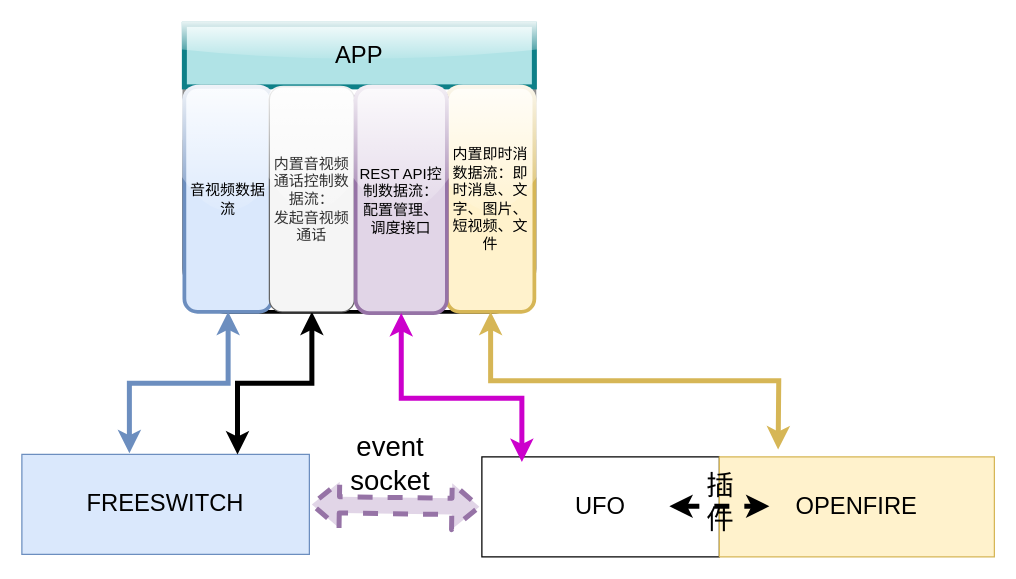
The draw.io diagram RCS功能模块数据流图.drawio in uyuy2043/yy, before the edit. Source tidied: cells renumbered, new cells numbered last; positions are measured from the earlier drawing's top-left corner, leaving out a move shared by most shapes. Both pictures are drawn from the tidied source at 125%, with x=0, y=0 at pixel (21, 24).
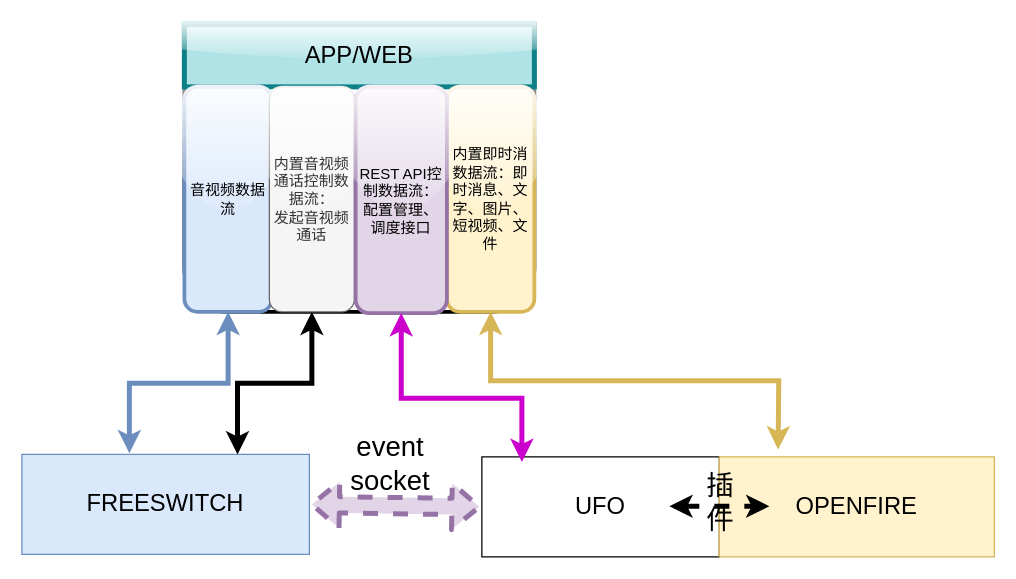
Above is the later version.

Commit message:
更新RCS功能模块数据流图.drawio

Change to the diagram source:
```diff
@@
-    <mxCell id="4" value="&lt;font style=&quot;font-size: 19px&quot;&gt;APP&lt;/font&gt;" style="rounded=0;whiteSpace=wrap;html=1;fillColor=#b0e3e6;strokeWidth=4;shadow=0;comic=0;glass=1;strokeColor=#0e8088;" parent="1" vertex="1">
+    <mxCell id="4" value="&lt;font style=&quot;font-size: 19px&quot;&gt;APP/WEB&lt;/font&gt;" style="rounded=0;whiteSpace=wrap;html=1;fillColor=#b0e3e6;strokeWidth=4;shadow=0;comic=0;glass=1;strokeColor=#0e8088;" parent="1" vertex="1">
       <mxGeometry x="130" width="280" height="50" as="geometry" />
     </mxCell>
```
